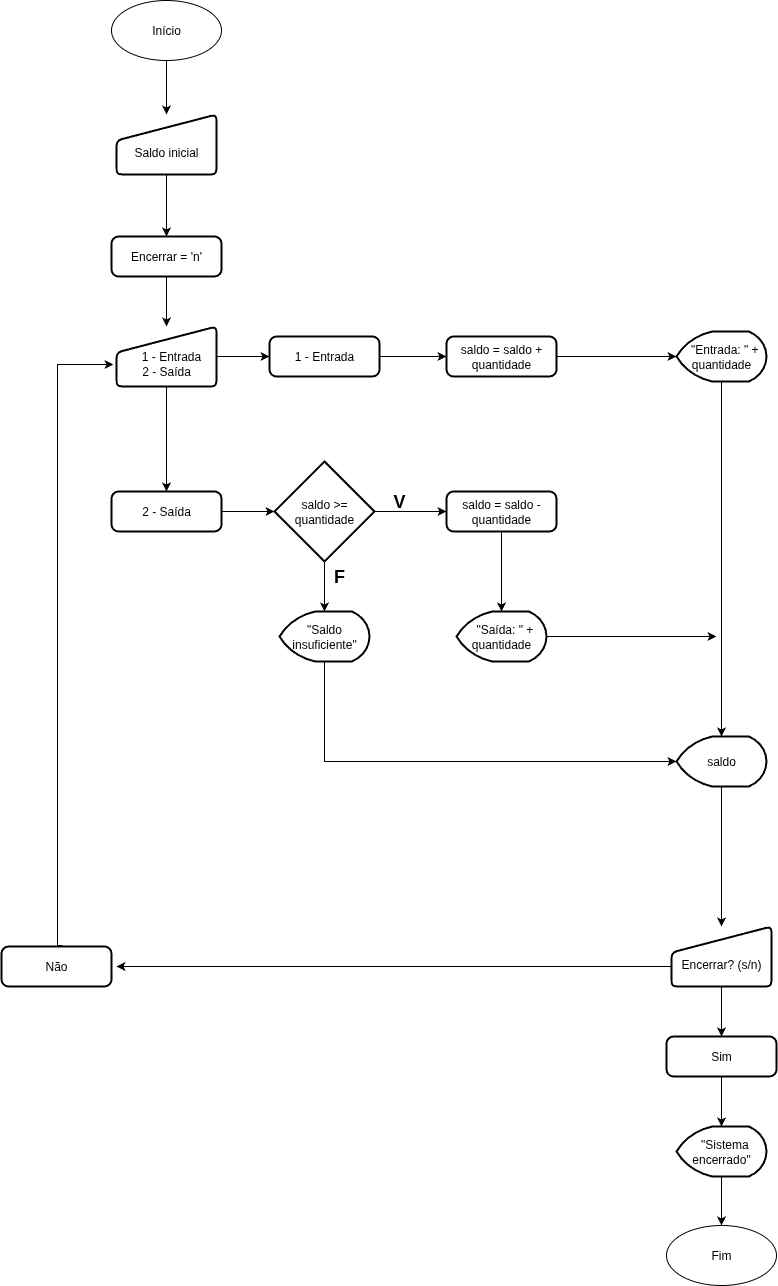
Before: Diagrama de Controle de Peças.drawio.png, a diagram exported from draw.io (ramon-negreiros/fluxogramas). Source tidied: cells renumbered, new cells last; positions are measured from the earlier drawing's top-left corner, leaving out a move shared by most shapes.
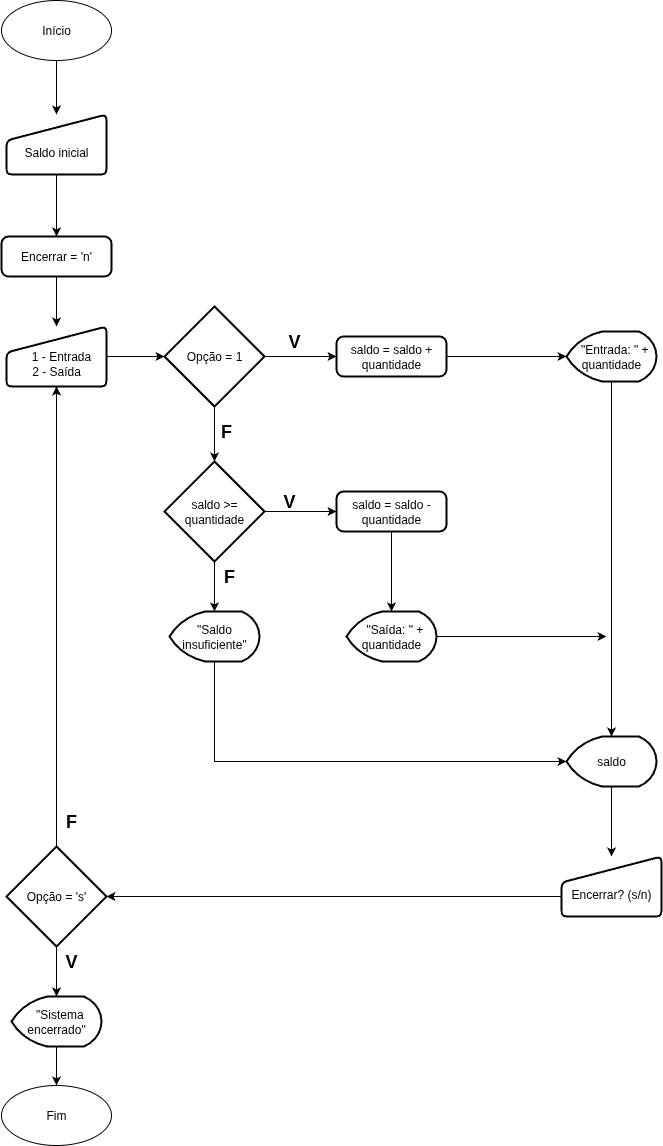
The same diagram one commit later.

What changed in the source:
```diff
@@ -14,12 +14,9 @@
     <mxCell id="5" value="Encerrar = 'n'" style="rounded=1;whiteSpace=wrap;html=1;absoluteArcSize=1;arcSize=14;strokeWidth=2;" parent="1" vertex="1">
       <mxGeometry x="110" y="236" width="110" height="40" as="geometry" />
     </mxCell>
-    <mxCell id="6" style="edgeStyle=orthogonalEdgeStyle;rounded=0;jettySize=auto;html=1;" parent="1" edge="1" source="8" target="36">
-      <mxGeometry relative="1" as="geometry" />
-    </mxCell>
-    <mxCell id="7" style="edgeStyle=orthogonalEdgeStyle;rounded=0;jettySize=auto;html=1;" parent="1" edge="1" source="8" target="38">
-      <mxGeometry relative="1" as="geometry" />
-    </mxCell>
+    <mxCell id="42" style="edgeStyle=orthogonalEdgeStyle;rounded=0;jettySize=auto;html=1;" parent="1" edge="1" source="8" target="46">
+      <mxGeometry relative="1" as="geometry" />
+    </mxCell>
     <mxCell id="8" value="&lt;div&gt;&lt;br&gt;&lt;/div&gt;&amp;nbsp; &amp;nbsp;1 - Entrada&lt;div&gt;2 - Saída&lt;/div&gt;" style="html=1;strokeWidth=2;shape=manualInput;whiteSpace=wrap;rounded=1;size=26;arcSize=11;" parent="1" vertex="1">
       <mxGeometry x="115" y="326" width="100" height="60" as="geometry" />
     </mxCell>
@@ -70,20 +67,25 @@
     <mxCell id="23" value="saldo" style="strokeWidth=2;html=1;shape=mxgraph.flowchart.display;whiteSpace=wrap;" parent="1" vertex="1">
       <mxGeometry x="675" y="736" width="90" height="50" as="geometry" />
     </mxCell>
-    <mxCell id="24" style="edgeStyle=orthogonalEdgeStyle;rounded=0;jettySize=auto;html=1;" parent="1" edge="1" source="25" target="40">
-      <mxGeometry relative="1" as="geometry" />
-    </mxCell>
+    <mxCell id="43" style="edgeStyle=orthogonalEdgeStyle;rounded=0;jettySize=auto;html=1;" parent="1" edge="1" source="25" target="51">
+      <mxGeometry relative="1" as="geometry">
+        <Array as="points">
+          <mxPoint x="565" y="896" />
+          <mxPoint x="565" y="896" />
+        </Array>
+      </mxGeometry>
+    </mxCell>
     <mxCell id="25" value="&lt;div&gt;&lt;br&gt;&lt;/div&gt;Encerrar? (s/n)" style="html=1;strokeWidth=2;shape=manualInput;whiteSpace=wrap;rounded=1;size=26;arcSize=11;" parent="1" vertex="1">
-      <mxGeometry x="670" y="926" width="100" height="60" as="geometry" />
+      <mxGeometry x="670" y="856" width="100" height="60" as="geometry" />
     </mxCell>
     <mxCell id="26" style="edgeStyle=orthogonalEdgeStyle;rounded=0;jettySize=auto;html=1;" parent="1" edge="1" source="27" target="28">
       <mxGeometry relative="1" as="geometry" />
     </mxCell>
     <mxCell id="27" value="&amp;nbsp; &quot;Sistema encerrado&quot;" style="strokeWidth=2;html=1;shape=mxgraph.flowchart.display;whiteSpace=wrap;" parent="1" vertex="1">
-      <mxGeometry x="675" y="1126" width="90" height="50" as="geometry" />
+      <mxGeometry x="120" y="996" width="90" height="50" as="geometry" />
     </mxCell>
     <mxCell id="28" value="Fim" style="ellipse;whiteSpace=wrap;html=1;" parent="1" vertex="1">
-      <mxGeometry x="665" y="1225" width="110" height="60" as="geometry" />
+      <mxGeometry x="110" y="1085" width="110" height="60" as="geometry" />
     </mxCell>
     <mxCell id="29" style="edgeStyle=orthogonalEdgeStyle;rounded=0;jettySize=auto;html=1;" parent="1" edge="1" source="30" target="3">
       <mxGeometry relative="1" as="geometry" />
@@ -94,21 +96,6 @@
     <mxCell id="31" style="edgeStyle=orthogonalEdgeStyle;rounded=0;jettySize=auto;html=1;entryX=0.5;entryY=0;entryDx=0;entryDy=0;entryPerimeter=0;" parent="1" edge="1" source="11" target="23">
       <mxGeometry relative="1" as="geometry" />
     </mxCell>
-    <mxCell id="32" style="edgeStyle=orthogonalEdgeStyle;rounded=0;jettySize=auto;html=1;" parent="1" edge="1" source="25">
-      <mxGeometry relative="1" as="geometry">
-        <mxPoint x="115" y="966" as="targetPoint" />
-        <Array as="points">
-          <mxPoint x="135" y="966" />
-        </Array>
-      </mxGeometry>
-    </mxCell>
-    <mxCell id="33" style="edgeStyle=orthogonalEdgeStyle;rounded=0;jettySize=auto;html=1;entryX=-0.03;entryY=0.633;entryDx=0;entryDy=0;entryPerimeter=0;exitX=0.554;exitY=-0.024;exitDx=0;exitDy=0;exitPerimeter=0;" parent="1" edge="1" source="41" target="8">
-      <mxGeometry relative="1" as="geometry">
-        <Array as="points">
-          <mxPoint x="56" y="364" />
-        </Array>
-      </mxGeometry>
-    </mxCell>
     <mxCell id="34" style="edgeStyle=orthogonalEdgeStyle;rounded=0;jettySize=auto;html=1;entryX=0;entryY=0.5;entryDx=0;entryDy=0;entryPerimeter=0;" parent="1" edge="1" source="18" target="23">
       <mxGeometry relative="1" as="geometry">
         <Array as="points">
@@ -116,26 +103,35 @@
         </Array>
       </mxGeometry>
     </mxCell>
-    <mxCell id="35" style="edgeStyle=orthogonalEdgeStyle;rounded=0;jettySize=auto;html=1;" parent="1" edge="1" source="36" target="10">
-      <mxGeometry relative="1" as="geometry" />
-    </mxCell>
-    <mxCell id="36" value="1 - Entrada" style="rounded=1;whiteSpace=wrap;html=1;absoluteArcSize=1;arcSize=14;strokeWidth=2;" parent="1" vertex="1">
-      <mxGeometry x="268" y="336" width="110" height="40" as="geometry" />
-    </mxCell>
-    <mxCell id="37" style="edgeStyle=orthogonalEdgeStyle;rounded=0;jettySize=auto;html=1;" parent="1" edge="1" source="38" target="14">
-      <mxGeometry relative="1" as="geometry" />
-    </mxCell>
-    <mxCell id="38" value="2 - Saída" style="rounded=1;whiteSpace=wrap;html=1;absoluteArcSize=1;arcSize=14;strokeWidth=2;" parent="1" vertex="1">
-      <mxGeometry x="110" y="491" width="110" height="40" as="geometry" />
-    </mxCell>
-    <mxCell id="39" style="edgeStyle=orthogonalEdgeStyle;rounded=0;jettySize=auto;html=1;" parent="1" edge="1" source="40" target="27">
-      <mxGeometry relative="1" as="geometry" />
-    </mxCell>
-    <mxCell id="40" value="Sim" style="rounded=1;whiteSpace=wrap;html=1;absoluteArcSize=1;arcSize=14;strokeWidth=2;" parent="1" vertex="1">
-      <mxGeometry x="665" y="1036" width="110" height="40" as="geometry" />
-    </mxCell>
-    <mxCell id="41" value="Não" style="rounded=1;whiteSpace=wrap;html=1;absoluteArcSize=1;arcSize=14;strokeWidth=2;" parent="1" vertex="1">
-      <mxGeometry y="946" width="110" height="40" as="geometry" />
-    </mxCell>
+    <mxCell id="44" style="edgeStyle=orthogonalEdgeStyle;rounded=0;jettySize=auto;html=1;" parent="1" edge="1" source="46" target="10">
+      <mxGeometry relative="1" as="geometry" />
+    </mxCell>
+    <mxCell id="45" style="edgeStyle=orthogonalEdgeStyle;rounded=0;jettySize=auto;html=1;" parent="1" edge="1" source="46" target="14">
+      <mxGeometry relative="1" as="geometry" />
+    </mxCell>
+    <mxCell id="46" value="Opção = 1" style="strokeWidth=2;html=1;shape=mxgraph.flowchart.decision;whiteSpace=wrap;" parent="1" vertex="1">
+      <mxGeometry x="273" y="306" width="100" height="100" as="geometry" />
+    </mxCell>
+    <mxCell id="47" value="&lt;b&gt;&lt;font style=&quot;font-size: 18px;&quot;&gt;V&lt;/font&gt;&lt;/b&gt;" style="text;strokeColor=none;align=center;fillColor=none;html=1;verticalAlign=middle;whiteSpace=wrap;rounded=0;" parent="1" vertex="1">
+      <mxGeometry x="373" y="326" width="60" height="30" as="geometry" />
+    </mxCell>
+    <mxCell id="48" value="&lt;b&gt;&lt;font style=&quot;font-size: 18px;&quot;&gt;F&lt;/font&gt;&lt;/b&gt;" style="text;strokeColor=none;align=center;fillColor=none;html=1;verticalAlign=middle;whiteSpace=wrap;rounded=0;" parent="1" vertex="1">
+      <mxGeometry x="305" y="416" width="60" height="30" as="geometry" />
+    </mxCell>
+    <mxCell id="49" style="edgeStyle=orthogonalEdgeStyle;rounded=0;jettySize=auto;html=1;entryX=0.5;entryY=1;entryDx=0;entryDy=0;" parent="1" edge="1" source="51" target="8">
+      <mxGeometry relative="1" as="geometry" />
+    </mxCell>
+    <mxCell id="50" style="edgeStyle=orthogonalEdgeStyle;rounded=0;jettySize=auto;html=1;" parent="1" edge="1" source="51" target="27">
+      <mxGeometry relative="1" as="geometry" />
+    </mxCell>
+    <mxCell id="51" value="Opção = 's'" style="strokeWidth=2;html=1;shape=mxgraph.flowchart.decision;whiteSpace=wrap;" parent="1" vertex="1">
+      <mxGeometry x="115" y="846" width="100" height="100" as="geometry" />
+    </mxCell>
+    <mxCell id="52" value="&lt;b&gt;&lt;font style=&quot;font-size: 18px;&quot;&gt;V&lt;/font&gt;&lt;/b&gt;" style="text;strokeColor=none;align=center;fillColor=none;html=1;verticalAlign=middle;whiteSpace=wrap;rounded=0;" parent="1" vertex="1">
+      <mxGeometry x="150" y="946" width="60" height="30" as="geometry" />
+    </mxCell>
+    <mxCell id="53" value="&lt;b&gt;&lt;font style=&quot;font-size: 18px;&quot;&gt;F&lt;/font&gt;&lt;/b&gt;" style="text;strokeColor=none;align=center;fillColor=none;html=1;verticalAlign=middle;whiteSpace=wrap;rounded=0;" parent="1" vertex="1">
+      <mxGeometry x="150" y="806" width="60" height="30" as="geometry" />
+    </mxCell>
   </root>
 </mxGraphModel>
```
